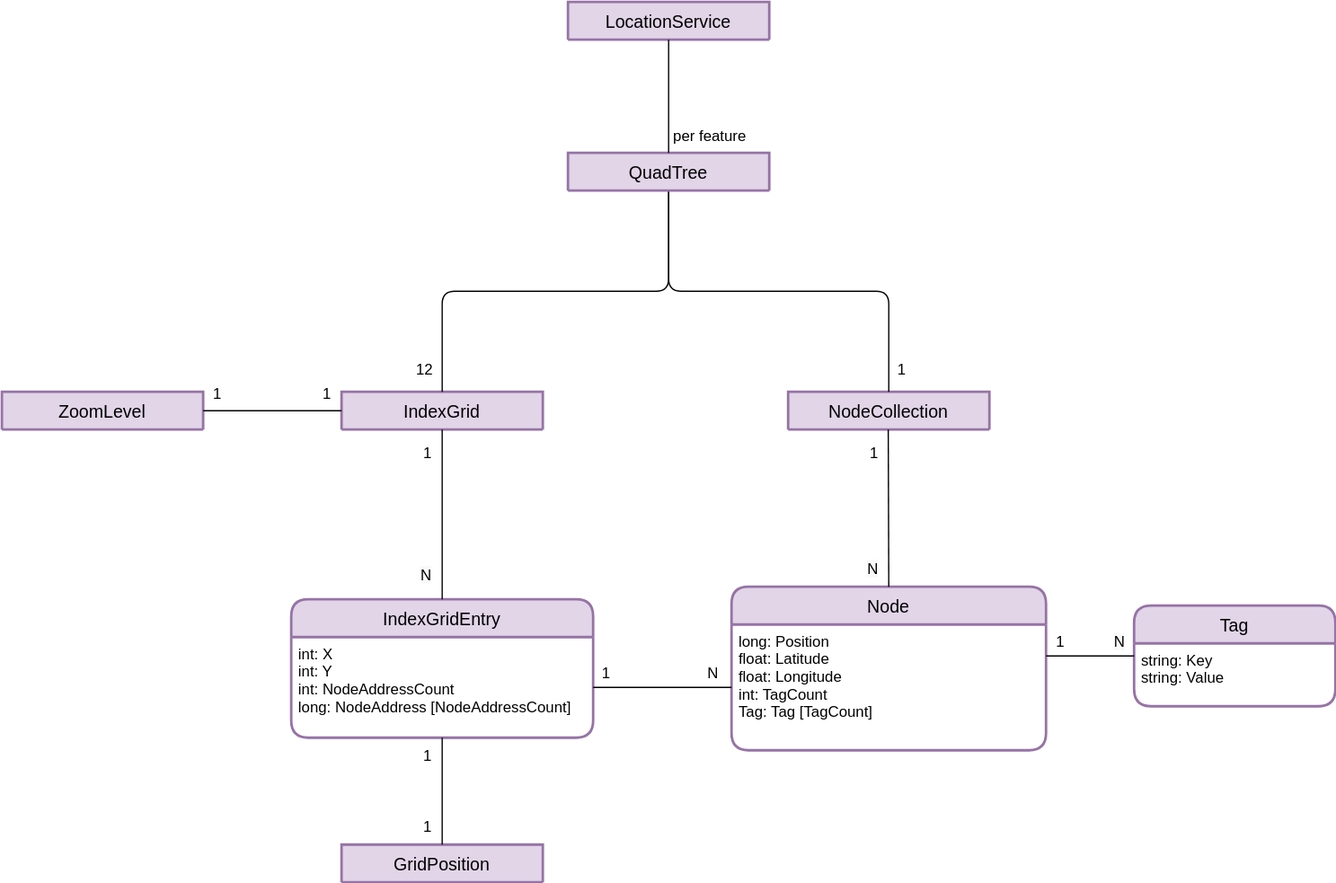
Above: _images/architecture-data-format.drawio.svg in gartenkralle/geolocation-services-doc (draw.io), before the change. Source tidied: cells renumbered, new cells last; positions are measured from the earlier drawing's top-left corner, leaving out a move shared by most shapes.
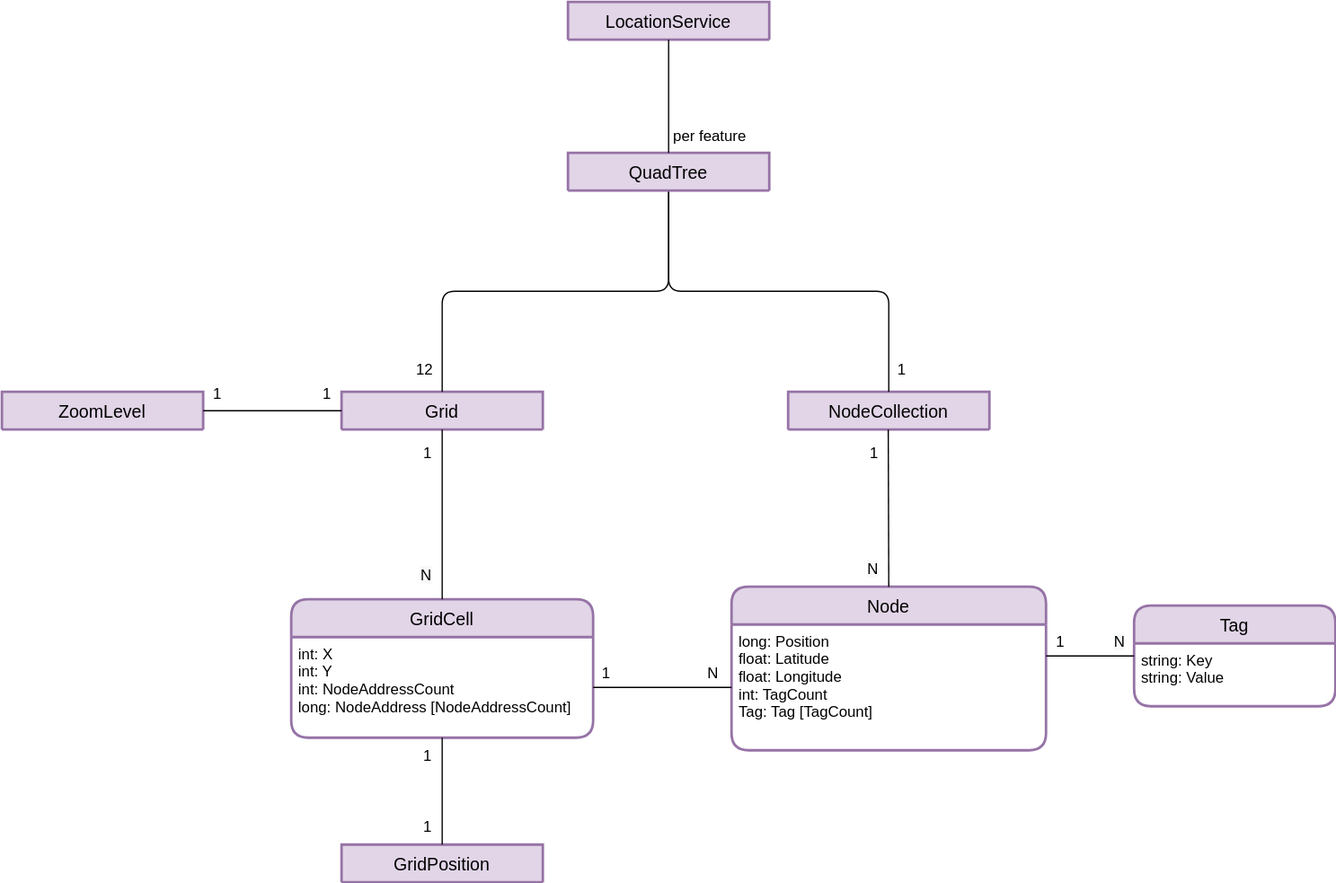
After the change.

What changed in the source:
```diff
@@ -8,13 +8,13 @@
     <mxCell id="3" value="long: Position&#10;float: Latitude&#10;float: Longitude&#10;int: TagCount&#10;Tag: Tag [TagCount]" style="align=left;strokeColor=none;fillColor=none;spacingLeft=4;fontSize=12;verticalAlign=top;" parent="2" vertex="1">
       <mxGeometry y="30" width="250" height="100" as="geometry" />
     </mxCell>
-    <mxCell id="4" value="IndexGridEntry" style="swimlane;horizontal=1;startSize=30;rounded=1;fontSize=14;fontStyle=0;strokeWidth=2;shadow=0;dashed=0;align=center;fillColor=#e1d5e7;strokeColor=#9673a6;" parent="1" vertex="1">
+    <mxCell id="4" value="GridCell" style="swimlane;horizontal=1;startSize=30;rounded=1;fontSize=14;fontStyle=0;strokeWidth=2;shadow=0;dashed=0;align=center;fillColor=#e1d5e7;strokeColor=#9673a6;" parent="1" vertex="1">
       <mxGeometry x="230" y="475" width="240" height="110" as="geometry" />
     </mxCell>
     <mxCell id="5" value="int: X&#10;int: Y&#10;int: NodeAddressCount&#10;long: NodeAddress [NodeAddressCount]" style="align=left;strokeColor=none;fillColor=none;spacingLeft=4;fontSize=12;verticalAlign=top;" parent="4" vertex="1">
       <mxGeometry y="30" width="240" height="80" as="geometry" />
     </mxCell>
-    <mxCell id="6" value="IndexGrid" style="swimlane;horizontal=1;startSize=30;rounded=1;fontSize=14;fontStyle=0;strokeWidth=2;shadow=0;dashed=0;align=center;fillColor=#e1d5e7;strokeColor=#9673a6;" parent="1" vertex="1">
+    <mxCell id="6" value="Grid" style="swimlane;horizontal=1;startSize=30;rounded=1;fontSize=14;fontStyle=0;strokeWidth=2;shadow=0;dashed=0;align=center;fillColor=#e1d5e7;strokeColor=#9673a6;" parent="1" vertex="1">
       <mxGeometry x="270" y="310" width="160" height="30" as="geometry" />
     </mxCell>
     <mxCell id="7" value="NodeCollection" style="swimlane;horizontal=1;startSize=30;rounded=1;fontSize=14;fontStyle=0;strokeWidth=2;shadow=0;dashed=0;align=center;fillColor=#e1d5e7;strokeColor=#9673a6;" parent="1" vertex="1">
```
